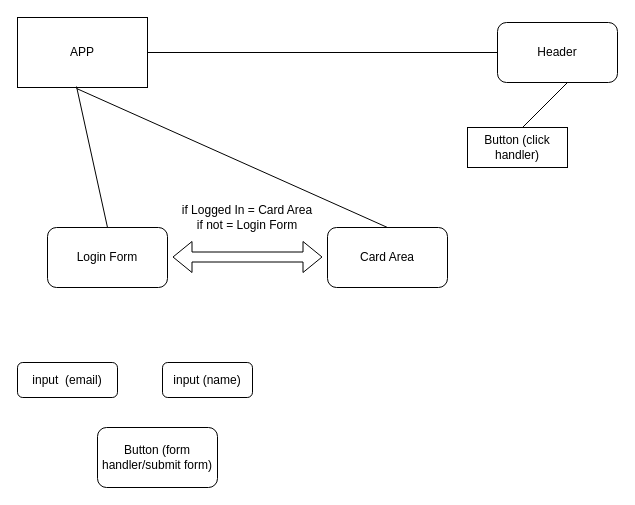
Above: fetch_Jscarpelli.drawio in jscarpelli3/fetch (draw.io), before the change. Source tidied: cells renumbered, new cells numbered last; positions are measured from the earlier drawing's top-left corner, leaving out a move shared by most shapes. Both pictures are drawn from the tidied source at 100%, with x=0, y=0 at pixel (17, 17).
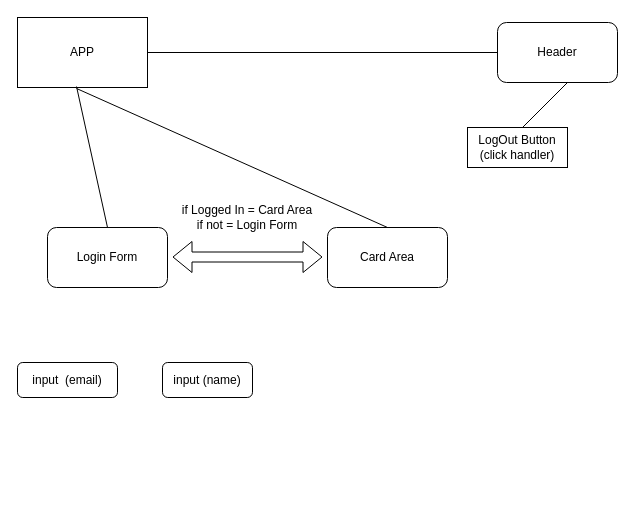
After the change.

Change to the diagram source:
```diff
@@
 <mxGraphModel>
   <root>
     <mxCell id="0" />
     <mxCell id="1" parent="0" />
     <mxCell id="2" value="APP" style="rounded=0;whiteSpace=wrap;html=1;" parent="1" vertex="1">
       <mxGeometry width="130" height="70" as="geometry" />
     </mxCell>
     <mxCell id="3" value="Header" style="rounded=1;whiteSpace=wrap;html=1;" parent="1" vertex="1">
       <mxGeometry x="480" y="5" width="120" height="60" as="geometry" />
     </mxCell>
     <mxCell id="4" value="Login Form" style="rounded=1;whiteSpace=wrap;html=1;" parent="1" vertex="1">
       <mxGeometry x="30" y="210" width="120" height="60" as="geometry" />
     </mxCell>
     <mxCell id="5" value="Card Area" style="rounded=1;whiteSpace=wrap;html=1;" parent="1" vertex="1">
       <mxGeometry x="310" y="210" width="120" height="60" as="geometry" />
     </mxCell>
     <mxCell id="6" style="endArrow=none;html=1;rounded=0;exitX=0.5;exitY=0;exitDx=0;exitDy=0;entryX=0.454;entryY=0.986;entryDx=0;entryDy=0;entryPerimeter=0;" parent="1" edge="1" source="4" target="2">
       <mxGeometry relative="1" as="geometry" />
     </mxCell>
     <mxCell id="7" style="endArrow=none;html=1;rounded=0;entryX=0.5;entryY=0;entryDx=0;entryDy=0;exitX=0.454;exitY=1.014;exitDx=0;exitDy=0;exitPerimeter=0;" parent="1" edge="1" source="2" target="5">
       <mxGeometry relative="1" as="geometry" />
     </mxCell>
     <mxCell id="8" style="endArrow=none;html=1;rounded=0;" parent="1" edge="1" source="2" target="3">
       <mxGeometry relative="1" as="geometry" />
     </mxCell>
     <mxCell id="9" style="shape=flexArrow;endArrow=classic;startArrow=classic;html=1;rounded=0;" parent="1" edge="1">
       <mxGeometry relative="1" as="geometry">
         <mxPoint x="155" y="239.5" as="sourcePoint" />
         <mxPoint x="305" y="239.5" as="targetPoint" />
       </mxGeometry>
     </mxCell>
     <mxCell id="10" value="if Logged In = Card Area&lt;br&gt;if not = Login Form" style="text;html=1;strokeColor=none;fillColor=none;align=center;verticalAlign=middle;whiteSpace=wrap;rounded=0;" parent="1" vertex="1">
       <mxGeometry x="145" y="170" width="170" height="60" as="geometry" />
     </mxCell>
     <mxCell id="11" style="endArrow=none;html=1;rounded=0;" parent="1" edge="1">
       <mxGeometry relative="1" as="geometry">
         <mxPoint x="500" y="115" as="sourcePoint" />
         <mxPoint x="550" y="65" as="targetPoint" />
       </mxGeometry>
     </mxCell>
     <mxCell id="12" value="input&amp;nbsp; (email)" style="rounded=1;whiteSpace=wrap;html=1;" parent="1" vertex="1">
       <mxGeometry y="345" width="100" height="35" as="geometry" />
     </mxCell>
     <mxCell id="13" value="input (name)" style="rounded=1;whiteSpace=wrap;html=1;" parent="1" vertex="1">
       <mxGeometry x="145" y="345" width="90" height="35" as="geometry" />
     </mxCell>
-    <mxCell id="14" value="Button (form handler/submit form)" style="rounded=1;whiteSpace=wrap;html=1;" parent="1" vertex="1">
-      <mxGeometry x="80" y="410" width="120" height="60" as="geometry" />
-    </mxCell>
-    <mxCell id="15" value="Button (click handler)" style="rounded=1;whiteSpace=wrap;html=1;arcSize=0;" parent="1" vertex="1">
+    <mxCell id="15" value="LogOut Button (click handler)" style="rounded=1;whiteSpace=wrap;html=1;arcSize=0;" parent="1" vertex="1">
       <mxGeometry x="450" y="110" width="100" height="40" as="geometry" />
     </mxCell>
   </root>
 </mxGraphModel>
```
